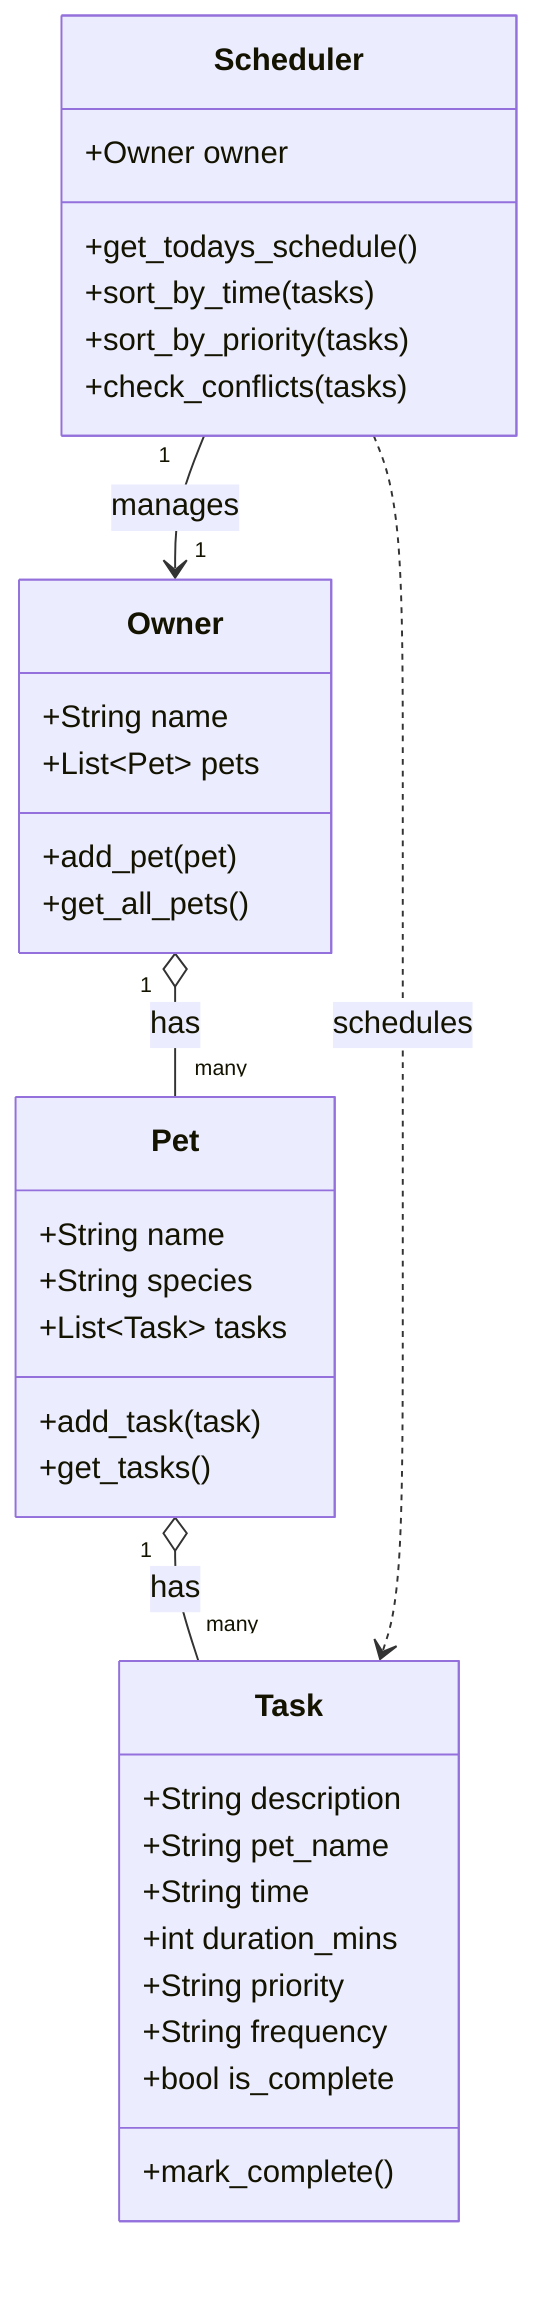
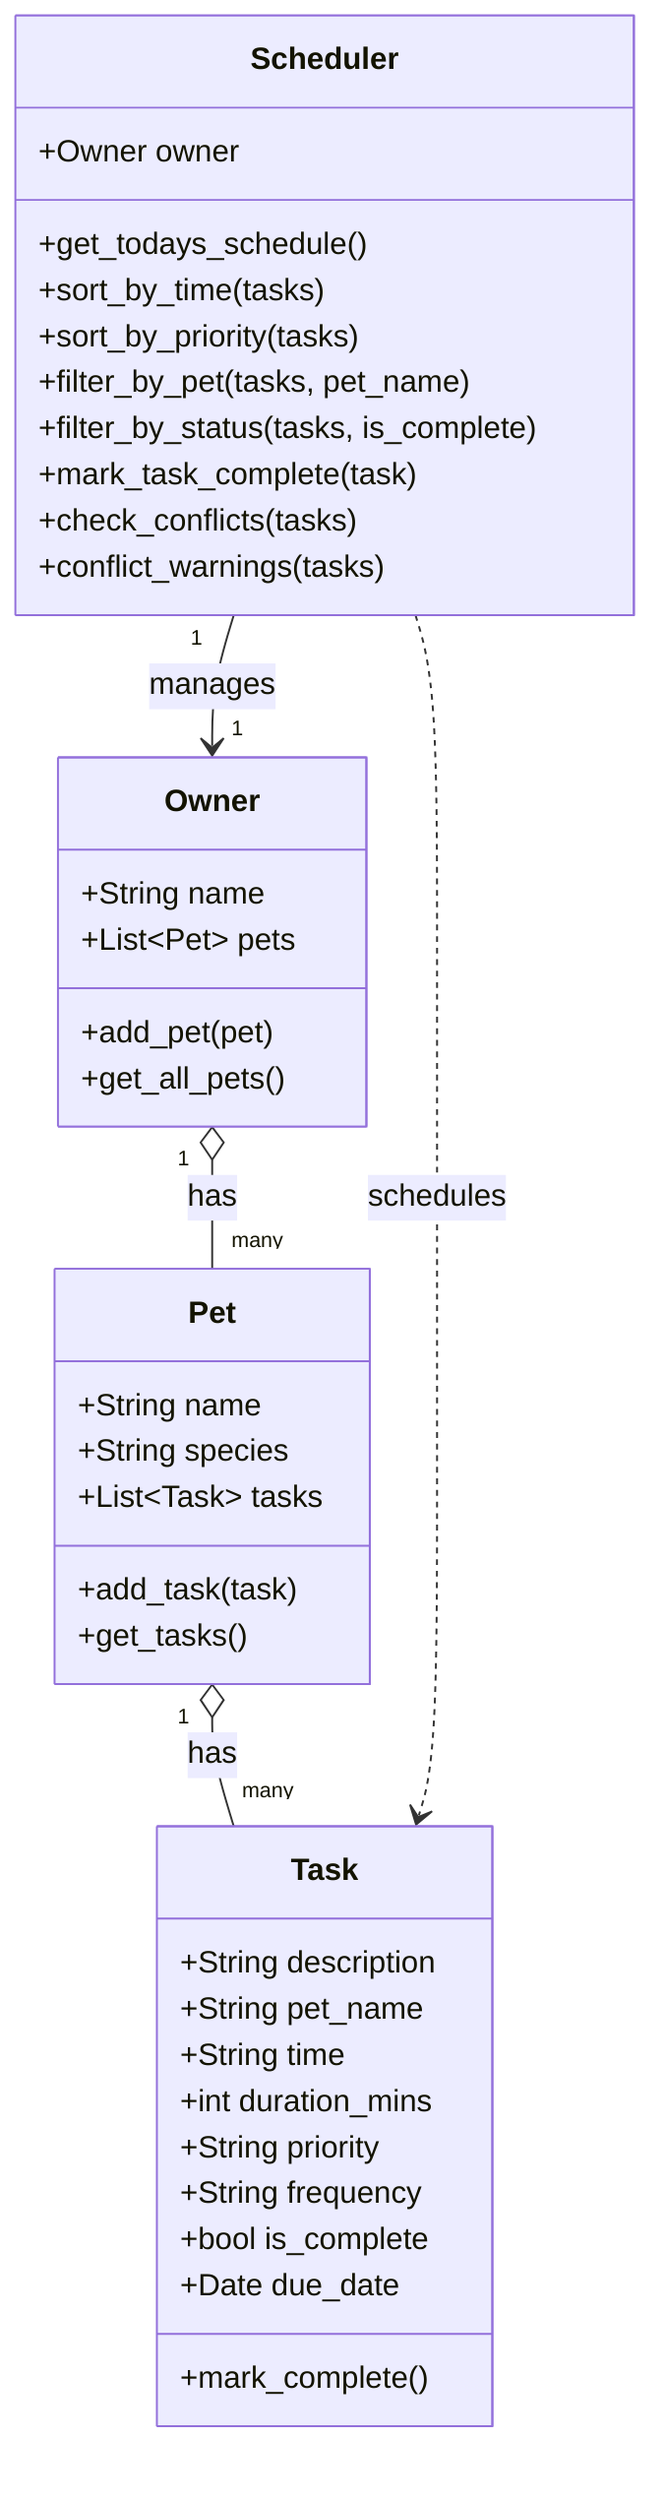
classDiagram
    class Task {
        +String description
        +String pet_name
        +String time
        +int duration_mins
        +String priority
        +String frequency
        +bool is_complete
+         +Date due_date
        +mark_complete()
    }

    class Pet {
        +String name
        +String species
        +List~Task~ tasks
        +add_task(task)
        +get_tasks()
    }

    class Owner {
        +String name
        +List~Pet~ pets
        +add_pet(pet)
        +get_all_pets()
    }

    class Scheduler {
        +Owner owner
        +get_todays_schedule()
        +sort_by_time(tasks)
        +sort_by_priority(tasks)
+         +filter_by_pet(tasks, pet_name)
+         +filter_by_status(tasks, is_complete)
+         +mark_task_complete(task)
        +check_conflicts(tasks)
+         +conflict_warnings(tasks)
    }

    Owner "1" o-- "many" Pet : has
    Pet "1" o-- "many" Task : has
    Scheduler "1" --> "1" Owner : manages
    Scheduler ..> Task : schedules
